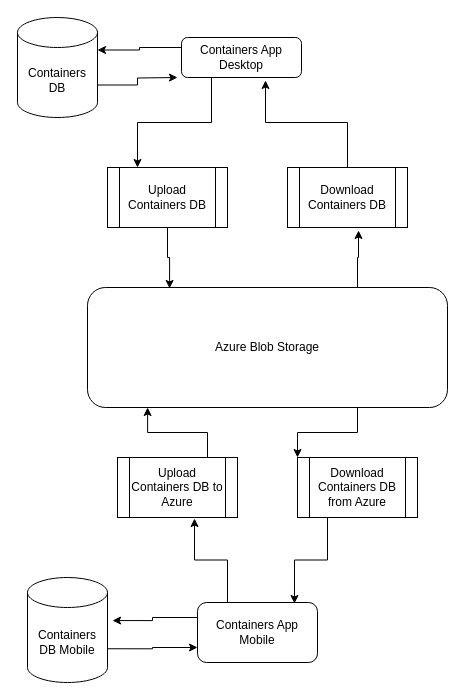
Above: Diagrama sin título.drawio in yosoyciro/ContainersAppDesktop (draw.io), before the change. Source tidied: cells renumbered, new cells numbered last; positions are measured from the earlier drawing's top-left corner, leaving out a move shared by most shapes. Both pictures are drawn from the tidied source at 100%, with x=0, y=0 at pixel (17, 17).
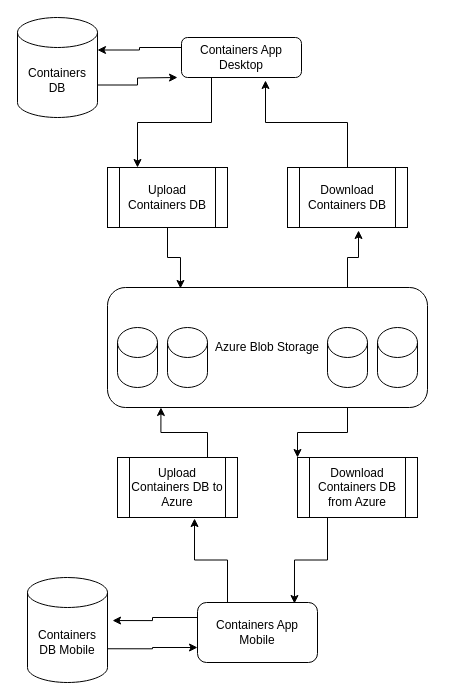
The same page after the edit.

Diff of the diagram source:
```diff
@@
     <mxCell id="9" value="Azure Blob Storage" style="rounded=1;whiteSpace=wrap;html=1;" parent="1" vertex="1">
-      <mxGeometry x="70" y="270" width="360" height="120" as="geometry" />
+      <mxGeometry x="90" y="270" width="320" height="120" as="geometry" />
     </mxCell>
@@
+    <mxCell id="23" style="shape=cylinder3;whiteSpace=wrap;html=1;boundedLbl=1;backgroundOutline=1;size=15;" parent="1" vertex="1">
+      <mxGeometry x="100" y="310" width="40" height="60" as="geometry" />
+    </mxCell>
+    <mxCell id="24" style="shape=cylinder3;whiteSpace=wrap;html=1;boundedLbl=1;backgroundOutline=1;size=15;" parent="1" vertex="1">
+      <mxGeometry x="150" y="310" width="40" height="60" as="geometry" />
+    </mxCell>
+    <mxCell id="25" style="shape=cylinder3;whiteSpace=wrap;html=1;boundedLbl=1;backgroundOutline=1;size=15;" parent="1" vertex="1">
+      <mxGeometry x="310" y="310" width="40" height="60" as="geometry" />
+    </mxCell>
+    <mxCell id="26" style="shape=cylinder3;whiteSpace=wrap;html=1;boundedLbl=1;backgroundOutline=1;size=15;" parent="1" vertex="1">
+      <mxGeometry x="360" y="310" width="40" height="60" as="geometry" />
+    </mxCell>
```
